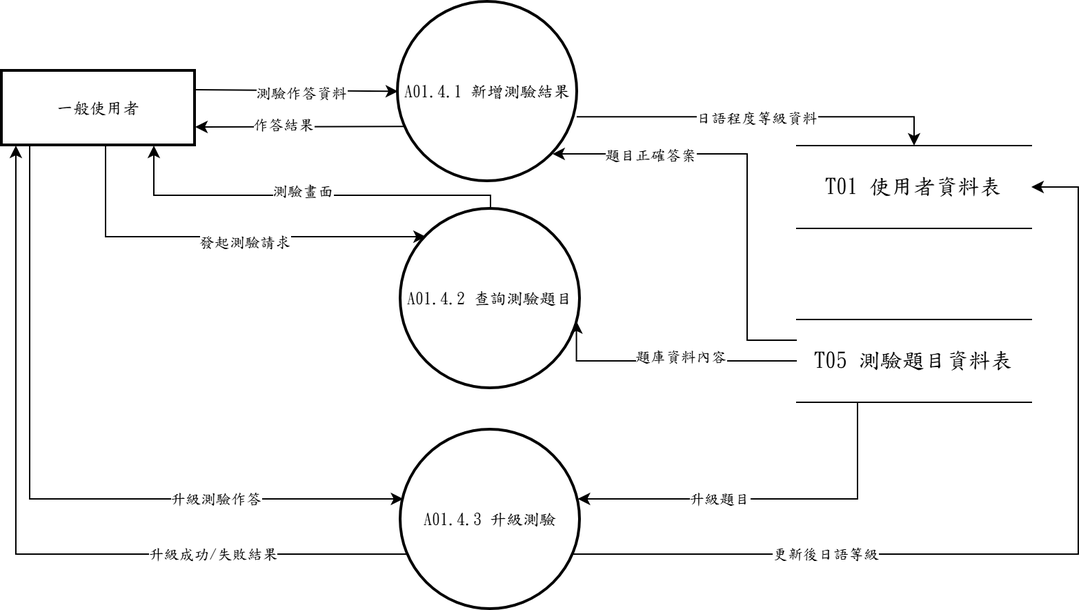
Earlier version of the draw.io export 系統文件/第6章/DFD圖/圖1/新/圖1-4.drawio.png (s22452007/115502). Source tidied: cells renumbered, new cells last; positions are measured from the earlier drawing's top-left corner, leaving out a move shared by most shapes.
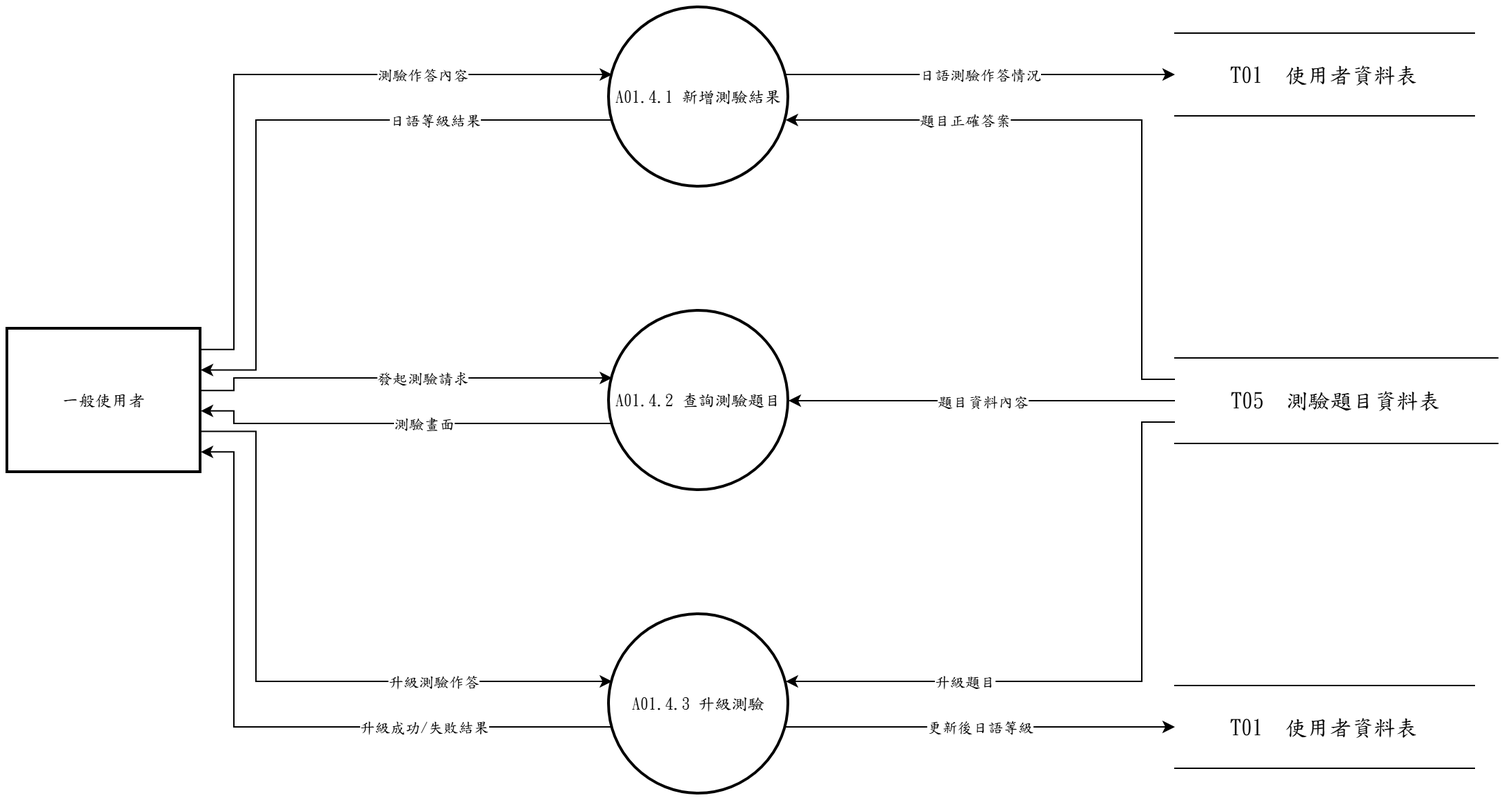
After the change.

Change to the diagram source:
```diff
@@ -1,129 +1,133 @@
 <mxGraphModel>
   <root>
-    <mxCell id="0" />
-    <mxCell id="1" parent="0" />
+    <mxCell id="31" />
+    <mxCell id="32" parent="31" />
+    <mxCell id="16" value="A01.4.1 新增測驗結果" style="ellipse;strokeWidth=2;whiteSpace=wrap;html=1;fontFamily=標楷體;" parent="32" vertex="1">
+      <mxGeometry x="-104" y="-170" width="130" height="130" as="geometry" />
+    </mxCell>
+    <mxCell id="11" value="A01.4.2 查詢測驗題目" style="ellipse;strokeWidth=2;whiteSpace=wrap;html=1;fontFamily=標楷體;" parent="32" vertex="1">
+      <mxGeometry x="-104" y="50" width="130" height="130" as="geometry" />
+    </mxCell>
+    <mxCell id="22" value="A01.4.3 升級測驗" style="ellipse;strokeWidth=2;whiteSpace=wrap;html=1;fontFamily=標楷體;" parent="32" vertex="1">
+      <mxGeometry x="-104" y="270" width="130" height="130" as="geometry" />
+    </mxCell>
+    <mxCell id="6" value="一般使用者" style="whiteSpace=wrap;strokeWidth=2;html=1;fontFamily=標楷體;" parent="32" vertex="1">
+      <mxGeometry x="-540" y="63" width="140" height="104" as="geometry" />
+    </mxCell>
+    <mxCell id="33" value="T01  使用者資料表" style="shape=partialRectangle;whiteSpace=wrap;html=1;left=0;right=0;fontFamily=標楷體;fontSize=16;" parent="32" vertex="1">
+      <mxGeometry x="306" y="-151.5" width="217" height="60" as="geometry" />
+    </mxCell>
+    <mxCell id="17" value="T05  測驗題目資料表" style="shape=partialRectangle;whiteSpace=wrap;html=1;left=0;right=0;fontFamily=標楷體;fontSize=16;" parent="32" vertex="1">
+      <mxGeometry x="306" y="84" width="234" height="62" as="geometry" />
+    </mxCell>
+    <mxCell id="34" value="T01  使用者資料表" style="shape=partialRectangle;whiteSpace=wrap;html=1;left=0;right=0;fontFamily=標楷體;fontSize=16;" parent="32" vertex="1">
+      <mxGeometry x="306" y="321.5" width="217" height="60" as="geometry" />
+    </mxCell>
-    <mxCell id="2" style="edgeStyle=none;rounded=0;jettySize=auto;html=1;exitX=1;exitY=0.25;exitDx=0;exitDy=0;" parent="1" edge="1" source="6" target="16">
-      <mxGeometry relative="1" as="geometry" />
+    <mxCell id="2" style="edgeStyle=none;rounded=0;html=1;fontFamily=標楷體;endArrow=classic;exitX=1.0000;exitY=0.1429;exitDx=0;exitDy=0;exitPerimeter=0;entryX=0.0163;entryY=0.3733;entryDx=0;entryDy=0;entryPerimeter=0;" parent="32" edge="1" source="6" target="16">
+      <mxGeometry relative="1" as="geometry">
+        <Array as="points">
+          <mxPoint x="-376" y="77.9" />
+          <mxPoint x="-376" y="-121.5" />
+        </Array>
+      </mxGeometry>
     </mxCell>
-    <mxCell id="3" value="測驗作答資料" style="edgeLabel;html=1;align=center;verticalAlign=middle;fontFamily=標楷體;" parent="2" vertex="1">
-      <mxGeometry x="0.05" y="-1" relative="1" as="geometry" />
-    </mxCell>
+    <mxCell id="35" value="測驗作答內容" style="edgeLabel;html=1;align=center;verticalAlign=middle;fontFamily=標楷體;" parent="2" vertex="1">
+      <mxGeometry x="0.45" relative="1" as="geometry" />
+    </mxCell>
+    <mxCell id="20" style="edgeStyle=none;rounded=0;html=1;fontFamily=標楷體;endArrow=classic;exitX=0.0000;exitY=0.2500;exitDx=0;exitDy=0;exitPerimeter=0;entryX=0.9837;entryY=0.6267;entryDx=0;entryDy=0;entryPerimeter=0;" parent="32" edge="1" source="17" target="16">
+      <mxGeometry relative="1" as="geometry">
+        <Array as="points">
+          <mxPoint x="282" y="99.5" />
+          <mxPoint x="282" y="-88.5" />
+        </Array>
+      </mxGeometry>
+    </mxCell>
+    <mxCell id="21" value="題目正確答案" style="edgeLabel;html=1;align=center;verticalAlign=middle;fontFamily=標楷體;" parent="20" vertex="1">
+      <mxGeometry x="0.45" relative="1" as="geometry" />
+    </mxCell>
+    <mxCell id="12" style="edgeStyle=none;rounded=0;html=1;fontFamily=標楷體;endArrow=classic;exitX=0.0163;exitY=0.6267;exitDx=0;exitDy=0;exitPerimeter=0;entryX=1.0000;entryY=0.2857;entryDx=0;entryDy=0;entryPerimeter=0;" parent="32" edge="1" source="16" target="6">
+      <mxGeometry relative="1" as="geometry">
+        <Array as="points">
+          <mxPoint x="-360" y="-88.5" />
+          <mxPoint x="-360" y="92.7" />
+        </Array>
+      </mxGeometry>
+    </mxCell>
+    <mxCell id="36" value="日語等級結果" style="edgeLabel;html=1;align=center;verticalAlign=middle;fontFamily=標楷體;" parent="12" vertex="1">
+      <mxGeometry x="-0.46" relative="1" as="geometry" />
+    </mxCell>
+    <mxCell id="37" style="edgeStyle=none;rounded=0;html=1;fontFamily=標楷體;endArrow=classic;exitX=0.9837;exitY=0.3733;exitDx=0;exitDy=0;exitPerimeter=0;entryX=0.0000;entryY=0.5000;entryDx=0;entryDy=0;entryPerimeter=0;" parent="32" edge="1" source="16" target="33">
+      <mxGeometry relative="1" as="geometry" />
+    </mxCell>
+    <mxCell id="38" value="日語測驗作答情況" style="edgeLabel;html=1;align=center;verticalAlign=middle;fontFamily=標楷體;" parent="37" vertex="1">
+      <mxGeometry relative="1" as="geometry" />
+    </mxCell>
-    <mxCell id="4" style="edgeStyle=orthogonalEdgeStyle;rounded=0;jettySize=auto;html=1;exitX=0.25;exitY=1;exitDx=0;exitDy=0;" parent="1" edge="1" source="6" target="11">
+    <mxCell id="4" style="edgeStyle=none;rounded=0;html=1;fontFamily=標楷體;endArrow=classic;exitX=1.0000;exitY=0.4286;exitDx=0;exitDy=0;exitPerimeter=0;entryX=0.0163;entryY=0.3733;entryDx=0;entryDy=0;entryPerimeter=0;" parent="32" edge="1" source="6" target="11">
       <mxGeometry relative="1" as="geometry">
         <Array as="points">
-          <mxPoint x="75" y="170" />
+          <mxPoint x="-376" y="107.6" />
+          <mxPoint x="-376" y="98.5" />
         </Array>
       </mxGeometry>
     </mxCell>
     <mxCell id="5" value="發起測驗請求" style="edgeLabel;html=1;align=center;verticalAlign=middle;fontFamily=標楷體;" parent="4" vertex="1">
-      <mxGeometry x="0.22" y="-3" relative="1" as="geometry" />
+      <mxGeometry x="0.11" relative="1" as="geometry" />
     </mxCell>
-    <mxCell id="6" value="一般使用者" style="whiteSpace=wrap;strokeWidth=2;fontFamily=標楷體;" parent="1" vertex="1">
-      <mxGeometry y="50" width="140" height="54" as="geometry" />
-    </mxCell>
-    <mxCell id="7" value="&lt;span lang=&quot;EN-US&quot; style=&quot;font-size: 12pt;&quot;&gt;T01&amp;nbsp;&lt;/span&gt;&lt;span style=&quot;font-size: 12pt;&quot;&gt;使用者資料表&lt;/span&gt;" style="shape=partialRectangle;whiteSpace=wrap;html=1;left=0;right=0;fontFamily=標楷體;" parent="1" vertex="1">
-      <mxGeometry x="576" y="104" width="170" height="60" as="geometry" />
-    </mxCell>
-    <mxCell id="8" style="edgeStyle=orthogonalEdgeStyle;rounded=0;jettySize=auto;html=1;exitX=0.5;exitY=0;exitDx=0;exitDy=0;" parent="1" edge="1" source="11">
-      <mxGeometry relative="1" as="geometry">
-        <mxPoint x="110" y="104" as="targetPoint" />
-        <Array as="points">
-          <mxPoint x="354" y="140" />
-          <mxPoint x="110" y="140" />
-        </Array>
-      </mxGeometry>
-    </mxCell>
-    <mxCell id="9" value="&lt;span&gt;&lt;/span&gt;" style="edgeLabel;html=1;align=center;verticalAlign=middle;fontFamily=標楷體;" parent="8" vertex="1">
-      <mxGeometry x="-0.23" y="-3" relative="1" as="geometry" />
-    </mxCell>
+    <mxCell id="18" style="edgeStyle=none;rounded=0;html=1;fontFamily=標楷體;endArrow=classic;exitX=0.0000;exitY=0.5000;exitDx=0;exitDy=0;exitPerimeter=0;entryX=1.0000;entryY=0.5000;entryDx=0;entryDy=0;entryPerimeter=0;" parent="32" edge="1" source="17" target="11">
+      <mxGeometry relative="1" as="geometry" />
+    </mxCell>
+    <mxCell id="39" value="題目資料內容" style="edgeLabel;html=1;align=center;verticalAlign=middle;fontFamily=標楷體;" parent="18" vertex="1">
+      <mxGeometry relative="1" as="geometry" />
+    </mxCell>
+    <mxCell id="40" style="edgeStyle=none;rounded=0;html=1;fontFamily=標楷體;endArrow=classic;exitX=0.0163;exitY=0.6267;exitDx=0;exitDy=0;exitPerimeter=0;entryX=1.0000;entryY=0.5714;entryDx=0;entryDy=0;entryPerimeter=0;" parent="32" edge="1" source="11" target="6">
+      <mxGeometry relative="1" as="geometry">
+        <Array as="points">
+          <mxPoint x="-376" y="131.5" />
+          <mxPoint x="-376" y="122.4" />
+        </Array>
+      </mxGeometry>
+    </mxCell>
-    <mxCell id="10" value="測驗畫面" style="edgeLabel;html=1;align=center;verticalAlign=middle;fontFamily=標楷體;" parent="8" vertex="1">
-      <mxGeometry x="0.01" y="-4" relative="1" as="geometry" />
+    <mxCell id="10" value="測驗畫面" style="edgeLabel;html=1;align=center;verticalAlign=middle;fontFamily=標楷體;" parent="40" vertex="1">
+      <mxGeometry x="-0.11" relative="1" as="geometry" />
     </mxCell>
-    <mxCell id="11" value="A01.4.2 查詢測驗題目" style="ellipse;strokeWidth=2;whiteSpace=wrap;fontFamily=標楷體;" parent="1" vertex="1">
-      <mxGeometry x="289" y="150" width="130" height="130" as="geometry" />
-    </mxCell>
-    <mxCell id="12" style="edgeStyle=none;rounded=0;jettySize=auto;html=1;exitX=0.031;exitY=0.693;exitDx=0;exitDy=0;exitPerimeter=0;entryX=1;entryY=0.75;entryDx=0;entryDy=0;" parent="1" edge="1" source="16" target="6">
-      <mxGeometry relative="1" as="geometry" />
-    </mxCell>
-    <mxCell id="13" value="作答結果" style="edgeLabel;html=1;align=center;verticalAlign=middle;fontFamily=標楷體;" parent="12" vertex="1">
-      <mxGeometry x="0.17" y="-2" relative="1" as="geometry" />
-    </mxCell>
-    <mxCell id="14" style="edgeStyle=orthogonalEdgeStyle;rounded=0;jettySize=auto;html=1;exitX=0.996;exitY=0.639;exitDx=0;exitDy=0;entryX=0.5;entryY=0;entryDx=0;entryDy=0;exitPerimeter=0;" parent="1" edge="1" source="16" target="7">
-      <mxGeometry relative="1" as="geometry" />
-    </mxCell>
-    <mxCell id="15" value="日語程度等級資料" style="edgeLabel;html=1;align=center;verticalAlign=middle;fontFamily=標楷體;" parent="14" vertex="1">
-      <mxGeometry x="-0.02" relative="1" as="geometry" />
-    </mxCell>
-    <mxCell id="16" value="A01.4.1 新增測驗結果" style="ellipse;strokeWidth=2;whiteSpace=wrap;fontFamily=標楷體;" parent="1" vertex="1">
-      <mxGeometry x="287" width="130" height="130" as="geometry" />
-    </mxCell>
-    <mxCell id="17" value="&lt;span lang=&quot;EN-US&quot; style=&quot;font-size: 12pt;&quot;&gt;T05&amp;nbsp;&lt;/span&gt;&lt;span style=&quot;font-size: 12pt;&quot;&gt;測驗題目資料表&lt;/span&gt;" style="shape=partialRectangle;whiteSpace=wrap;html=1;left=0;right=0;fontFamily=標楷體;" parent="1" vertex="1">
-      <mxGeometry x="576" y="230" width="170" height="60" as="geometry" />
-    </mxCell>
-    <mxCell id="18" style="edgeStyle=orthogonalEdgeStyle;rounded=0;jettySize=auto;html=1;exitX=0;exitY=0.5;exitDx=0;exitDy=0;entryX=0.979;entryY=0.625;entryDx=0;entryDy=0;entryPerimeter=0;" parent="1" edge="1" source="17" target="11">
-      <mxGeometry relative="1" as="geometry">
-        <Array as="points">
-          <mxPoint x="416" y="260" />
-        </Array>
-      </mxGeometry>
-    </mxCell>
-    <mxCell id="19" value="題庫資料內容" style="edgeLabel;html=1;align=center;verticalAlign=middle;fontFamily=標楷體;" parent="18" vertex="1">
-      <mxGeometry x="-0.1" y="-4" relative="1" as="geometry" />
-    </mxCell>
-    <mxCell id="20" style="edgeStyle=orthogonalEdgeStyle;rounded=0;jettySize=auto;html=1;exitX=0.0000;exitY=0.2500;exitDx=0;exitDy=0;exitPerimeter=0;entryX=0.8608;entryY=0.8462;entryDx=0;entryDy=0;entryPerimeter=0;" parent="1" edge="1" source="17" target="16">
-      <mxGeometry relative="1" as="geometry">
-        <Array as="points">
-          <mxPoint x="540" y="245" />
-          <mxPoint x="540" y="110" />
-        </Array>
-      </mxGeometry>
-    </mxCell>
-    <mxCell id="21" value="題目正確答案" style="edgeLabel;html=1;align=center;verticalAlign=middle;fontFamily=標楷體;" parent="20" vertex="1">
-      <mxGeometry x="0.55" relative="1" as="geometry" />
-    </mxCell>
-    <mxCell id="22" value="A01.4.3 升級測驗" style="ellipse;strokeWidth=2;whiteSpace=wrap;fontFamily=標楷體;" parent="1" vertex="1">
-      <mxGeometry x="289" y="310" width="130" height="130" as="geometry" />
-    </mxCell>
-    <mxCell id="23" style="edgeStyle=orthogonalEdgeStyle;rounded=0;jettySize=auto;html=1;exitX=0.1429;exitY=1.0000;exitDx=0;exitDy=0;exitPerimeter=0;entryX=0.0135;entryY=0.3846;entryDx=0;entryDy=0;entryPerimeter=0;" parent="1" edge="1" source="6" target="22">
+    <mxCell id="23" style="edgeStyle=none;rounded=0;html=1;fontFamily=標楷體;endArrow=classic;exitX=1.0000;exitY=0.7143;exitDx=0;exitDy=0;exitPerimeter=0;entryX=0.0163;entryY=0.3733;entryDx=0;entryDy=0;entryPerimeter=0;" parent="32" edge="1" source="6" target="22">
       <mxGeometry relative="1" as="geometry">
         <Array as="points">
-          <mxPoint x="20" y="360" />
+          <mxPoint x="-360" y="137.3" />
+          <mxPoint x="-360" y="318.5" />
         </Array>
       </mxGeometry>
     </mxCell>
     <mxCell id="24" value="升級測驗作答" style="edgeLabel;html=1;align=center;verticalAlign=middle;fontFamily=標楷體;" parent="23" vertex="1">
-      <mxGeometry x="0.49" relative="1" as="geometry" />
+      <mxGeometry x="0.46" relative="1" as="geometry" />
     </mxCell>
+    <mxCell id="27" style="edgeStyle=none;rounded=0;html=1;fontFamily=標楷體;endArrow=classic;exitX=0.0000;exitY=0.7500;exitDx=0;exitDy=0;exitPerimeter=0;entryX=0.9837;entryY=0.3733;entryDx=0;entryDy=0;entryPerimeter=0;" parent="32" edge="1" source="17" target="22">
+      <mxGeometry relative="1" as="geometry">
+        <Array as="points">
+          <mxPoint x="282" y="130.5" />
+          <mxPoint x="282" y="318.5" />
+        </Array>
+      </mxGeometry>
+    </mxCell>
+    <mxCell id="28" value="升級題目" style="edgeLabel;html=1;align=center;verticalAlign=middle;fontFamily=標楷體;" parent="27" vertex="1">
+      <mxGeometry x="0.45" relative="1" as="geometry" />
+    </mxCell>
-    <mxCell id="25" style="edgeStyle=orthogonalEdgeStyle;rounded=0;jettySize=auto;html=1;exitX=0.0385;exitY=0.6923;exitDx=0;exitDy=0;exitPerimeter=0;entryX=0.0714;entryY=1.0000;entryDx=0;entryDy=0;entryPerimeter=0;" parent="1" edge="1" source="22" target="6">
+    <mxCell id="25" style="edgeStyle=none;rounded=0;html=1;fontFamily=標楷體;endArrow=classic;exitX=0.0163;exitY=0.6267;exitDx=0;exitDy=0;exitPerimeter=0;entryX=1.0000;entryY=0.8571;entryDx=0;entryDy=0;entryPerimeter=0;" parent="32" edge="1" source="22" target="6">
       <mxGeometry relative="1" as="geometry">
         <Array as="points">
-          <mxPoint x="10" y="400" />
+          <mxPoint x="-376" y="351.5" />
+          <mxPoint x="-376" y="152.1" />
         </Array>
       </mxGeometry>
     </mxCell>
     <mxCell id="26" value="升級成功/失敗結果" style="edgeLabel;html=1;align=center;verticalAlign=middle;fontFamily=標楷體;" parent="25" vertex="1">
-      <mxGeometry x="-0.51" relative="1" as="geometry" />
+      <mxGeometry x="-0.45" relative="1" as="geometry" />
     </mxCell>
-    <mxCell id="27" style="edgeStyle=orthogonalEdgeStyle;rounded=0;jettySize=auto;html=1;exitX=0.2588;exitY=1.0000;exitDx=0;exitDy=0;exitPerimeter=0;entryX=0.9865;entryY=0.3846;entryDx=0;entryDy=0;entryPerimeter=0;" parent="1" edge="1" source="17" target="22">
-      <mxGeometry relative="1" as="geometry">
-        <Array as="points">
-          <mxPoint x="620" y="360" />
-        </Array>
-      </mxGeometry>
-    </mxCell>
-    <mxCell id="28" value="升級題目" style="edgeLabel;html=1;align=center;verticalAlign=middle;fontFamily=標楷體;" parent="27" vertex="1">
-      <mxGeometry x="0.26" relative="1" as="geometry" />
-    </mxCell>
-    <mxCell id="29" style="edgeStyle=orthogonalEdgeStyle;rounded=0;jettySize=auto;html=1;exitX=0.9615;exitY=0.6923;exitDx=0;exitDy=0;exitPerimeter=0;entryX=1.0000;entryY=0.5000;entryDx=0;entryDy=0;entryPerimeter=0;" parent="1" edge="1" source="22" target="7">
-      <mxGeometry relative="1" as="geometry">
-        <Array as="points">
-          <mxPoint x="780" y="400" />
-          <mxPoint x="780" y="134" />
-        </Array>
-      </mxGeometry>
-    </mxCell>
+    <mxCell id="41" style="edgeStyle=none;rounded=0;html=1;fontFamily=標楷體;endArrow=classic;exitX=0.9837;exitY=0.6267;exitDx=0;exitDy=0;exitPerimeter=0;entryX=0.0000;entryY=0.5000;entryDx=0;entryDy=0;entryPerimeter=0;" parent="32" edge="1" source="22" target="34">
+      <mxGeometry relative="1" as="geometry" />
+    </mxCell>
-    <mxCell id="30" value="更新後日語等級" style="edgeLabel;html=1;align=center;verticalAlign=middle;fontFamily=標楷體;" parent="29" vertex="1">
-      <mxGeometry x="-0.45" relative="1" as="geometry" />
+    <mxCell id="30" value="更新後日語等級" style="edgeLabel;html=1;align=center;verticalAlign=middle;fontFamily=標楷體;" parent="41" vertex="1">
+      <mxGeometry relative="1" as="geometry" />
     </mxCell>
   </root>
 </mxGraphModel>
```
